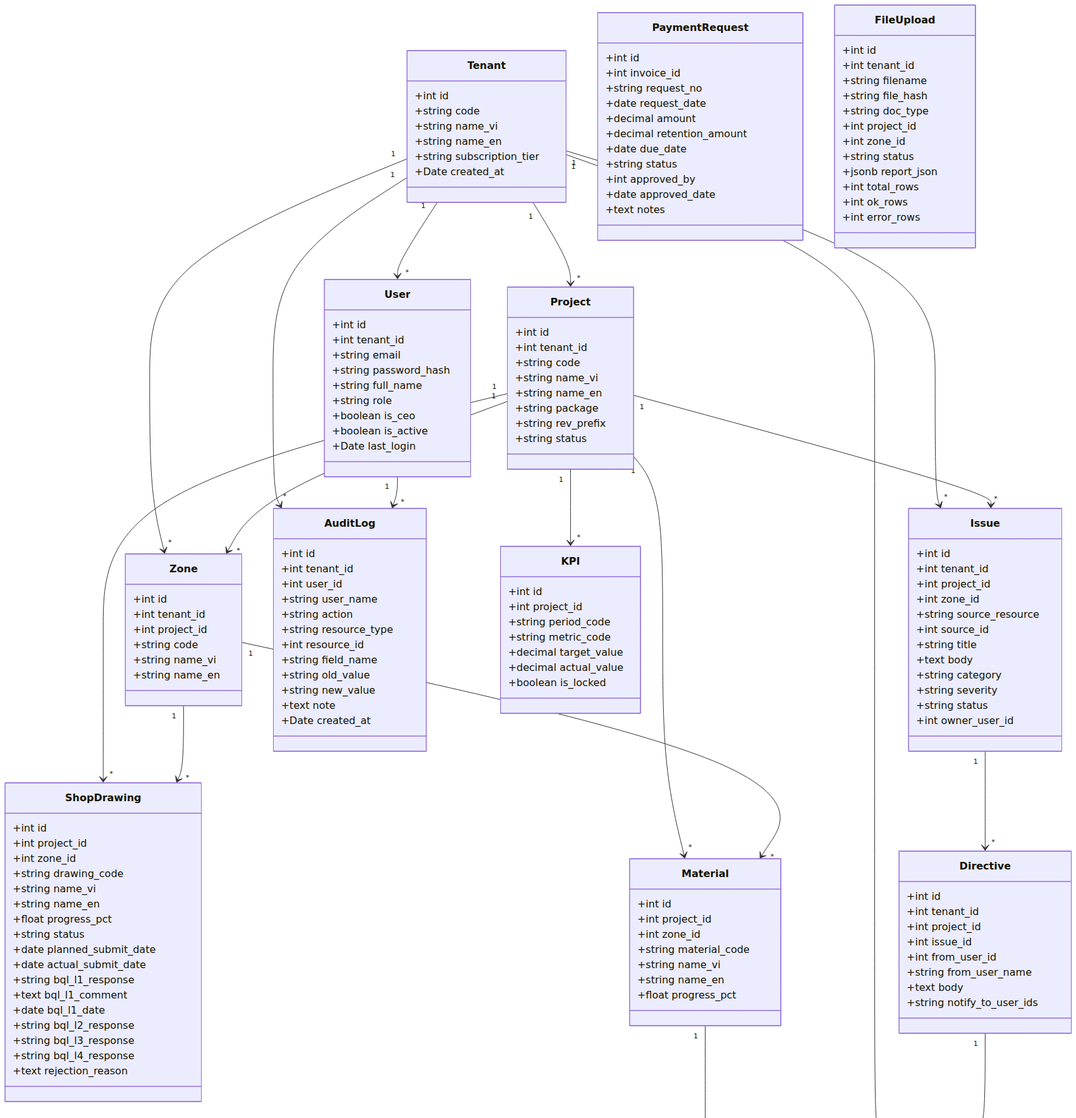
Earlier version of the Mermaid export docs/srs/02_class_diagram.png (TungLinhh/pmo-project). Its source is kept beside it as docs/srs/02_class_diagram.mmd.
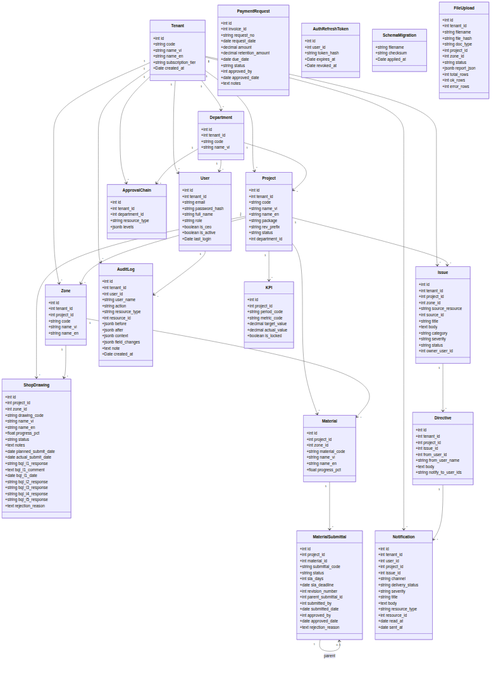
Later version of the same file.

Change to the diagram source:
```diff
@@ -29,6 +29,22 @@
     +string package
     +string rev_prefix
     +string status
+    +int department_id
+  }
+
+  class Department {
+    +int id
+    +int tenant_id
+    +string code
+    +string name_vi
+  }
+
+  class ApprovalChain {
+    +int id
+    +int tenant_id
+    +int department_id
+    +string resource_type
+    +jsonb levels
   }
 
   class Zone {
@@ -49,6 +65,7 @@
     +string name_en
     +float progress_pct
     +string status
+    +text notes
     +date planned_submit_date
     +date actual_submit_date
     +string bql_l1_response
@@ -57,6 +74,7 @@
     +string bql_l2_response
     +string bql_l3_response
     +string bql_l4_response
+    +string bql_l5_response
     +text rejection_reason
   }
 
@@ -152,11 +170,26 @@
     +string action
     +string resource_type
     +int resource_id
-    +string field_name
-    +string old_value
-    +string new_value
+    +jsonb before
+    +jsonb after
+    +jsonb context
+    +jsonb field_changes
     +text note
     +Date created_at
+  }
+
+  class AuthRefreshToken {
+    +int id
+    +int user_id
+    +string token_hash
+    +Date expires_at
+    +Date revoked_at
+  }
+
+  class SchemaMigration {
+    +string filename
+    +string checksum
+    +Date applied_at
   }
 
   class FileUpload {
@@ -186,6 +219,8 @@
 
   Tenant "1" --> "*" User
   Tenant "1" --> "*" Project
+  Tenant "1" --> "*" Department
+  Tenant "1" --> "*" ApprovalChain
   Tenant "1" --> "*" Zone
   Tenant "1" --> "*" Issue
   Tenant "1" --> "*" Notification
@@ -195,6 +230,9 @@
   Project "1" --> "*" Material
   Project "1" --> "*" Issue
   Project "1" --> "*" KPI
+  Department "1" --> "*" Project
+  Department "1" --> "*" User
+  Department "1" --> "*" ApprovalChain
   Zone "1" --> "*" ShopDrawing
   Zone "1" --> "*" Material
   Material "1" --> "*" MaterialSubmittal
```
